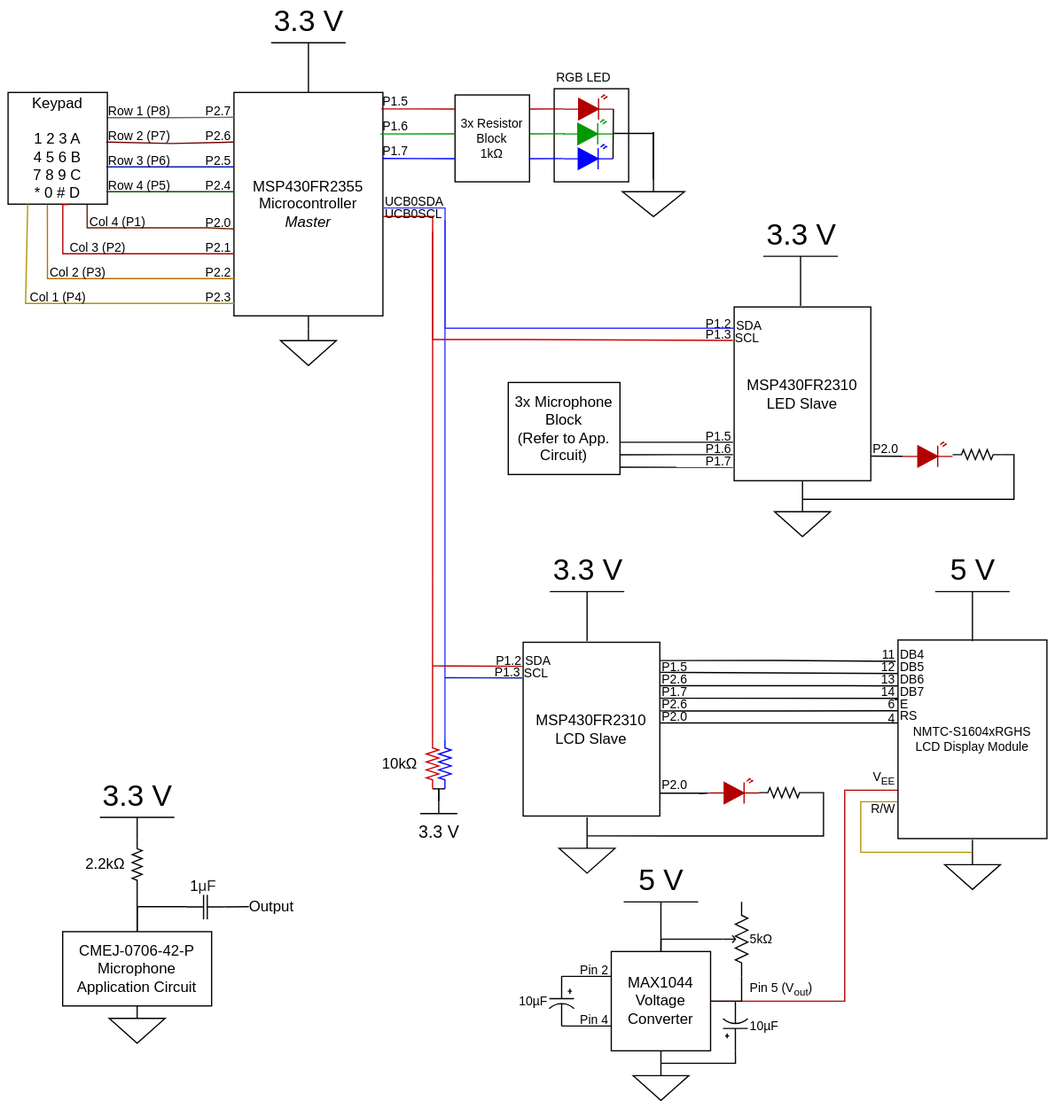
This is docs/assets/CircuitDiagram-gabby.svg from msu-eele-465/final-project-gabriellaLord, a draw.io export, as it was before one commit. Source tidied: cells renumbered, new cells last; positions are measured from the earlier drawing's top-left corner, leaving out a move shared by most shapes.
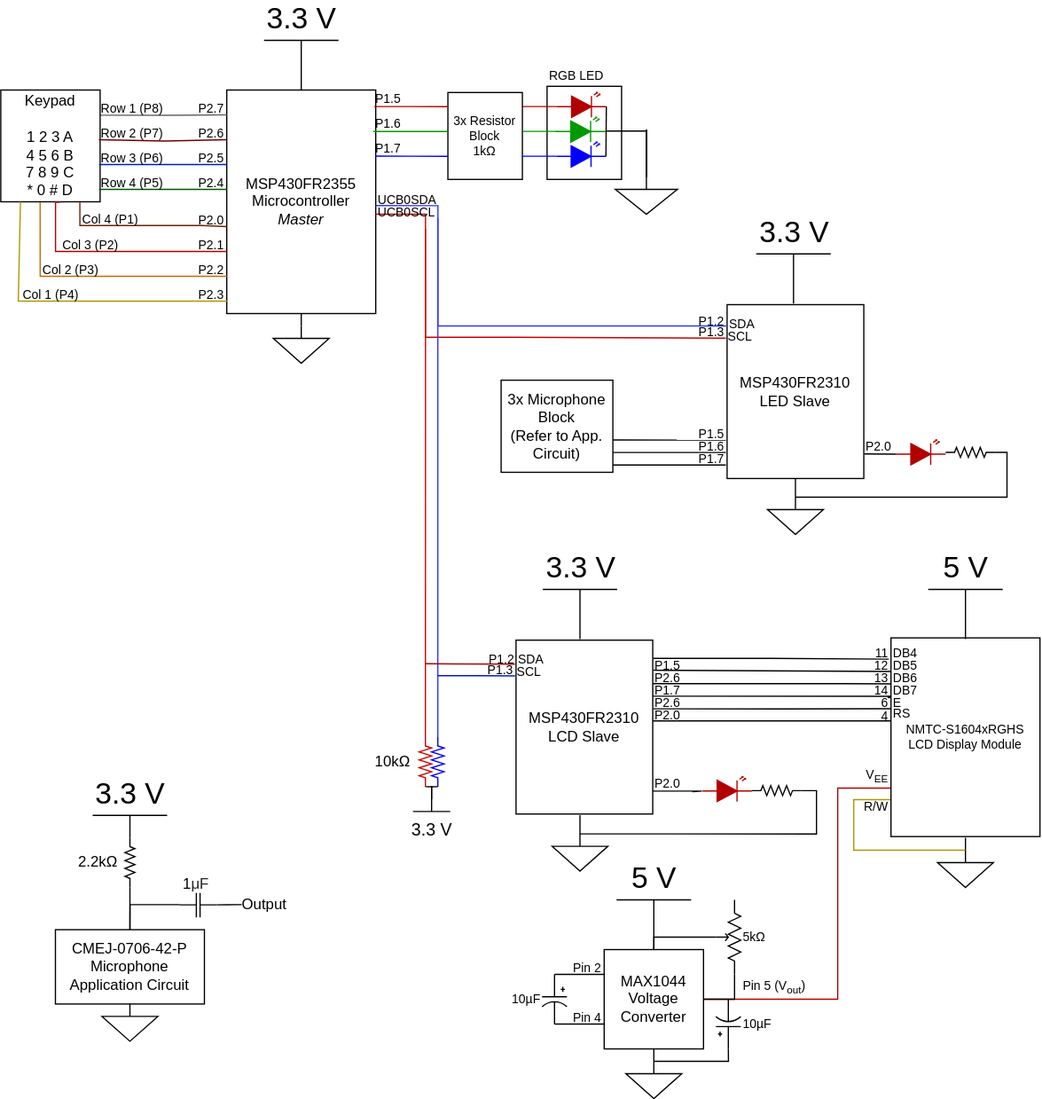
Above is the later version.

Diff of the diagram source:
```diff
@@ -1,10 +1,7 @@
-<mxGraphModel>
+<mxGraphModel background="#ffffff">
   <root>
     <mxCell id="0" />
     <mxCell id="1" parent="0" />
-    <mxCell id="2" style="rounded=0;whiteSpace=wrap;html=1;strokeColor=none;" parent="1" vertex="1">
-      <mxGeometry width="850" height="900" as="geometry" />
-    </mxCell>
     <mxCell id="3" value="MSP430FR2310&lt;br&gt;LED Slave" style="rounded=0;whiteSpace=wrap;html=1;" parent="1" vertex="1">
       <mxGeometry x="591" y="246.8" width="110.1" height="140" as="geometry" />
     </mxCell>
```
